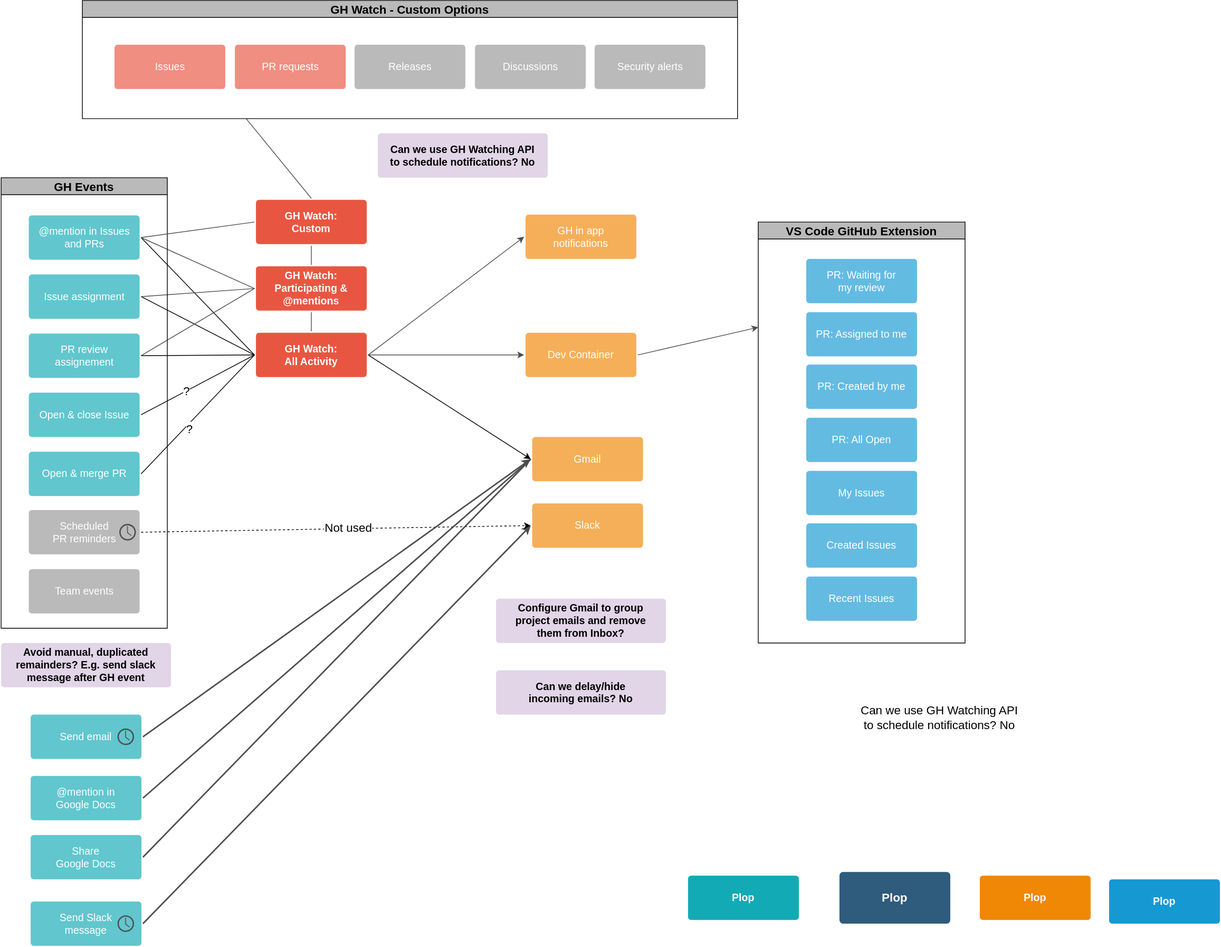
Before: docs/drawio/diagrams/notification-graph.drawio.svg, a diagram exported from draw.io (Sage-Bionetworks/sage-monorepo). Source tidied: cells renumbered, new cells last; positions are measured from the earlier drawing's top-left corner, leaving out a move shared by most shapes.
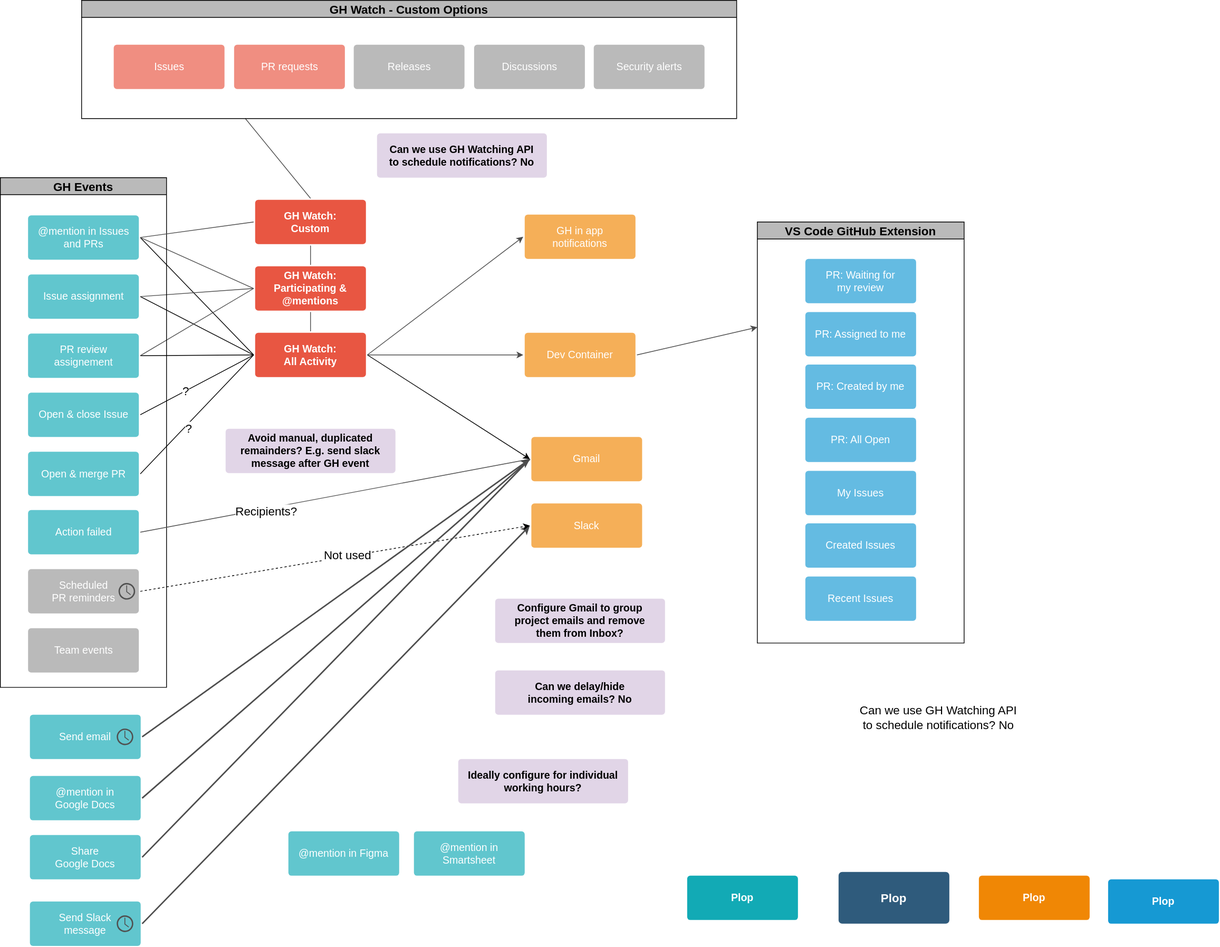
The same diagram one commit later.

Change to the diagram source:
```diff
@@ -123,7 +123,7 @@
       <mxGeometry x="930" y="1185" width="150" height="60" as="geometry" />
     </mxCell>
     <mxCell id="42" value="GH Events" style="swimlane;fontSize=16;fillColor=#BABABA;" parent="1" vertex="1">
-      <mxGeometry y="240" width="225" height="610" as="geometry" />
+      <mxGeometry y="240" width="225" height="690" as="geometry" />
     </mxCell>
     <mxCell id="43" value="@mention in Issues and PRs" style="rounded=1;whiteSpace=wrap;html=1;shadow=0;labelBackgroundColor=none;strokeColor=none;strokeWidth=3;fillColor=#61c6ce;fontFamily=Helvetica;fontSize=14;fontColor=#FFFFFF;align=center;spacing=5;fontStyle=0;arcSize=7;perimeterSpacing=2;" parent="42" vertex="1">
       <mxGeometry x="37.5" y="51" width="150" height="60" as="geometry" />
@@ -141,10 +141,10 @@
       <mxGeometry x="37.5" y="371" width="150" height="60" as="geometry" />
     </mxCell>
     <mxCell id="48" value="Team events" style="rounded=1;whiteSpace=wrap;html=1;shadow=0;labelBackgroundColor=none;strokeColor=none;strokeWidth=3;fillColor=#BABABA;fontFamily=Helvetica;fontSize=14;fontColor=#FFFFFF;align=center;spacing=5;fontStyle=0;arcSize=7;perimeterSpacing=2;" parent="42" vertex="1">
-      <mxGeometry x="37.5" y="530" width="150" height="60" as="geometry" />
+      <mxGeometry x="37.5" y="610" width="150" height="60" as="geometry" />
     </mxCell>
     <mxCell id="49" style="group;" parent="42" vertex="1">
-      <mxGeometry x="37.5" y="450" width="150" height="60" as="geometry" />
+      <mxGeometry x="37.5" y="530" width="150" height="60" as="geometry" />
     </mxCell>
     <mxCell id="50" value="Scheduled&lt;br&gt;PR reminders" style="rounded=1;whiteSpace=wrap;html=1;shadow=0;labelBackgroundColor=none;strokeColor=none;strokeWidth=3;fillColor=#BABABA;fontFamily=Helvetica;fontSize=14;fontColor=#FFFFFF;align=center;spacing=5;fontStyle=0;arcSize=7;perimeterSpacing=2;" parent="49" vertex="1">
       <mxGeometry width="150" height="60" as="geometry" />
@@ -152,6 +152,9 @@
     <mxCell id="51" style="sketch=0;shadow=0;dashed=0;html=1;strokeColor=none;fillColor=#505050;labelPosition=center;verticalLabelPosition=bottom;verticalAlign=top;align=center;shape=mxgraph.office.concepts.clock;" parent="49" vertex="1">
       <mxGeometry x="122.5" y="18.8" width="22.5" height="22.5" as="geometry" />
     </mxCell>
+    <mxCell id="74" value="Action failed" style="rounded=1;whiteSpace=wrap;html=1;shadow=0;labelBackgroundColor=none;strokeColor=none;strokeWidth=3;fillColor=#61c6ce;fontFamily=Helvetica;fontSize=14;fontColor=#FFFFFF;align=center;spacing=5;fontStyle=0;arcSize=7;perimeterSpacing=2;" parent="42" vertex="1">
+      <mxGeometry x="37.5" y="450" width="150" height="60" as="geometry" />
+    </mxCell>
     <mxCell id="52" value="GH Watch - Custom Options" style="swimlane;fontSize=16;fillColor=#BABABA;" parent="1" vertex="1">
       <mxGeometry x="110" width="887" height="160" as="geometry" />
     </mxCell>
@@ -180,7 +183,7 @@
       <mxGeometry x="1150" y="945.8" width="240" height="50" as="geometry" />
     </mxCell>
     <mxCell id="61" value="Avoid manual, duplicated remainders? E.g. send slack message after GH event" style="rounded=1;whiteSpace=wrap;html=1;shadow=0;labelBackgroundColor=none;strokeColor=none;strokeWidth=3;fillColor=#e1d5e7;fontFamily=Helvetica;fontSize=14;align=center;spacing=5;fontStyle=1;arcSize=7;perimeterSpacing=2;" parent="1" vertex="1">
-      <mxGeometry y="870" width="230" height="60" as="geometry" />
+      <mxGeometry x="305" y="580" width="230" height="60" as="geometry" />
     </mxCell>
     <mxCell id="62" style="group;" parent="1" vertex="1">
       <mxGeometry x="40" y="967" width="150" height="60" as="geometry" />
@@ -218,5 +221,20 @@
     <mxCell id="73" value="Share&lt;br&gt;Google Docs" style="rounded=1;whiteSpace=wrap;html=1;shadow=0;labelBackgroundColor=none;strokeColor=none;strokeWidth=3;fillColor=#61c6ce;fontFamily=Helvetica;fontSize=14;fontColor=#FFFFFF;align=center;spacing=5;fontStyle=0;arcSize=7;perimeterSpacing=2;" parent="1" vertex="1">
       <mxGeometry x="40" y="1130" width="150" height="60" as="geometry" />
     </mxCell>
+    <mxCell id="75" value="@mention in Figma" style="rounded=1;whiteSpace=wrap;html=1;shadow=0;labelBackgroundColor=none;strokeColor=none;strokeWidth=3;fillColor=#61c6ce;fontFamily=Helvetica;fontSize=14;fontColor=#FFFFFF;align=center;spacing=5;fontStyle=0;arcSize=7;perimeterSpacing=2;" parent="1" vertex="1">
+      <mxGeometry x="390" y="1125" width="150" height="60" as="geometry" />
+    </mxCell>
+    <mxCell id="76" value="@mention in&lt;br&gt;Smartsheet" style="rounded=1;whiteSpace=wrap;html=1;shadow=0;labelBackgroundColor=none;strokeColor=none;strokeWidth=3;fillColor=#61c6ce;fontFamily=Helvetica;fontSize=14;fontColor=#FFFFFF;align=center;spacing=5;fontStyle=0;arcSize=7;perimeterSpacing=2;" parent="1" vertex="1">
+      <mxGeometry x="560" y="1125" width="150" height="60" as="geometry" />
+    </mxCell>
+    <mxCell id="77" style="edgeStyle=none;rounded=0;jettySize=auto;html=1;exitX=1;exitY=0.5;exitDx=0;exitDy=0;entryX=0;entryY=0.5;entryDx=0;entryDy=0;fontSize=16;endArrow=none;endFill=0;strokeColor=#4D4D4D;strokeWidth=1;" parent="1" edge="1" source="74" target="13">
+      <mxGeometry relative="1" as="geometry" />
+    </mxCell>
+    <mxCell id="78" value="&lt;div&gt;Recipients?&lt;/div&gt;" style="edgeLabel;html=1;align=center;verticalAlign=middle;fontSize=16;" parent="77" vertex="1">
+      <mxGeometry x="-0.36" y="-3" relative="1" as="geometry" />
+    </mxCell>
+    <mxCell id="79" value="Ideally configure for individual working hours?" style="rounded=1;whiteSpace=wrap;html=1;shadow=0;labelBackgroundColor=none;strokeColor=none;strokeWidth=3;fillColor=#e1d5e7;fontFamily=Helvetica;fontSize=14;align=center;spacing=5;fontStyle=1;arcSize=7;perimeterSpacing=2;" parent="1" vertex="1">
+      <mxGeometry x="620" y="1027" width="230" height="60" as="geometry" />
+    </mxCell>
   </root>
 </mxGraphModel>
```
